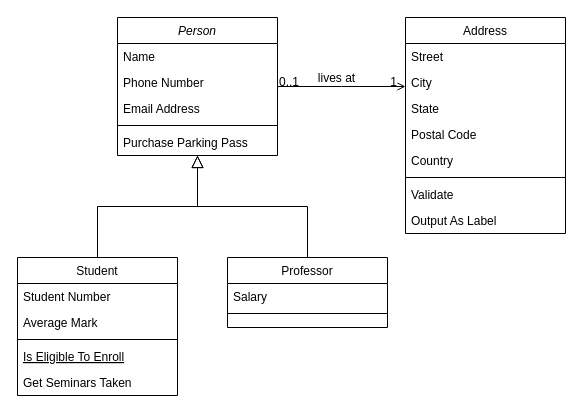
This is LIfecycle.drawio from Eanam/PointlessDiagram, a draw.io file, before an edit. Source tidied: cells renumbered, new cells numbered last; positions are measured from the earlier drawing's top-left corner, leaving out a move shared by most shapes. Both pictures are drawn from the tidied source at 100%, with x=0, y=0 at pixel (17, 17).
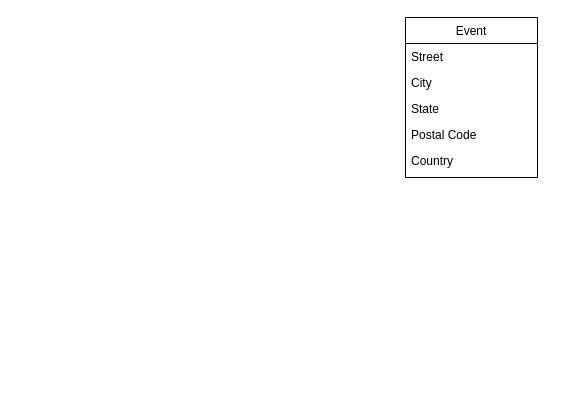
The same diagram, later.

Diff of the diagram source:
```diff
@@
-    <mxCell id="2" value="Person" style="swimlane;fontStyle=2;align=center;verticalAlign=top;horizontal=1;startSize=26;rounded=0;shadow=0;strokeWidth=1;" parent="1" vertex="1">
-      <mxGeometry x="100" width="160" height="138" as="geometry" />
-    </mxCell>
-    <mxCell id="3" value="Name" style="text;align=left;verticalAlign=top;spacingLeft=4;spacingRight=4;overflow=hidden;" parent="2" vertex="1">
-      <mxGeometry y="26" width="160" height="26" as="geometry" />
-    </mxCell>
-    <mxCell id="4" value="Phone Number" style="text;align=left;verticalAlign=top;spacingLeft=4;spacingRight=4;overflow=hidden;rounded=0;shadow=0;html=0;" parent="2" vertex="1">
-      <mxGeometry y="52" width="160" height="26" as="geometry" />
-    </mxCell>
-    <mxCell id="5" value="Email Address" style="text;align=left;verticalAlign=top;spacingLeft=4;spacingRight=4;overflow=hidden;rounded=0;shadow=0;html=0;" parent="2" vertex="1">
-      <mxGeometry y="78" width="160" height="26" as="geometry" />
-    </mxCell>
-    <mxCell id="6" style="line;html=1;strokeWidth=1;align=left;verticalAlign=middle;spacingTop=-1;spacingLeft=3;spacingRight=3;labelPosition=right;" parent="2" vertex="1">
-      <mxGeometry y="104" width="160" height="8" as="geometry" />
-    </mxCell>
-    <mxCell id="7" value="Purchase Parking Pass" style="text;align=left;verticalAlign=top;spacingLeft=4;spacingRight=4;overflow=hidden;" parent="2" vertex="1">
-      <mxGeometry y="112" width="160" height="26" as="geometry" />
-    </mxCell>
-    <mxCell id="8" value="Student" style="swimlane;fontStyle=0;align=center;verticalAlign=top;horizontal=1;startSize=26;rounded=0;shadow=0;strokeWidth=1;" parent="1" vertex="1">
-      <mxGeometry y="240" width="160" height="138" as="geometry" />
-    </mxCell>
-    <mxCell id="9" value="Student Number" style="text;align=left;verticalAlign=top;spacingLeft=4;spacingRight=4;overflow=hidden;" parent="8" vertex="1">
-      <mxGeometry y="26" width="160" height="26" as="geometry" />
-    </mxCell>
-    <mxCell id="10" value="Average Mark" style="text;align=left;verticalAlign=top;spacingLeft=4;spacingRight=4;overflow=hidden;rounded=0;shadow=0;html=0;" parent="8" vertex="1">
-      <mxGeometry y="52" width="160" height="26" as="geometry" />
-    </mxCell>
-    <mxCell id="11" style="line;html=1;strokeWidth=1;align=left;verticalAlign=middle;spacingTop=-1;spacingLeft=3;spacingRight=3;labelPosition=right;" parent="8" vertex="1">
-      <mxGeometry y="78" width="160" height="8" as="geometry" />
-    </mxCell>
-    <mxCell id="12" value="Is Eligible To Enroll" style="text;align=left;verticalAlign=top;spacingLeft=4;spacingRight=4;overflow=hidden;fontStyle=4;" parent="8" vertex="1">
-      <mxGeometry y="86" width="160" height="26" as="geometry" />
-    </mxCell>
-    <mxCell id="13" value="Get Seminars Taken" style="text;align=left;verticalAlign=top;spacingLeft=4;spacingRight=4;overflow=hidden;" parent="8" vertex="1">
-      <mxGeometry y="112" width="160" height="26" as="geometry" />
-    </mxCell>
-    <mxCell id="14" style="endArrow=block;endSize=10;endFill=0;shadow=0;strokeWidth=1;rounded=0;edgeStyle=elbowEdgeStyle;elbow=vertical;" parent="1" edge="1" source="8" target="2">
-      <mxGeometry relative="1" as="geometry" />
-    </mxCell>
-    <mxCell id="15" value="Professor" style="swimlane;fontStyle=0;align=center;verticalAlign=top;horizontal=1;startSize=26;rounded=0;shadow=0;strokeWidth=1;" parent="1" vertex="1">
-      <mxGeometry x="210" y="240" width="160" height="70" as="geometry" />
-    </mxCell>
-    <mxCell id="16" value="Salary" style="text;align=left;verticalAlign=top;spacingLeft=4;spacingRight=4;overflow=hidden;" parent="15" vertex="1">
-      <mxGeometry y="26" width="160" height="26" as="geometry" />
-    </mxCell>
-    <mxCell id="17" style="line;html=1;strokeWidth=1;align=left;verticalAlign=middle;spacingTop=-1;spacingLeft=3;spacingRight=3;labelPosition=right;" parent="15" vertex="1">
-      <mxGeometry y="52" width="160" height="8" as="geometry" />
-    </mxCell>
-    <mxCell id="18" style="endArrow=block;endSize=10;endFill=0;shadow=0;strokeWidth=1;rounded=0;edgeStyle=elbowEdgeStyle;elbow=vertical;" parent="1" edge="1" source="15" target="2">
-      <mxGeometry relative="1" as="geometry" />
-    </mxCell>
-    <mxCell id="19" value="Address" style="swimlane;fontStyle=0;align=center;verticalAlign=top;horizontal=1;startSize=26;rounded=0;shadow=0;strokeWidth=1;" parent="1" vertex="1">
-      <mxGeometry x="388" width="160" height="216" as="geometry" />
+    <mxCell id="19" value="Event" style="swimlane;fontStyle=0;align=center;verticalAlign=top;horizontal=1;startSize=26;rounded=0;shadow=0;strokeWidth=1;" parent="1" vertex="1">
+      <mxGeometry x="388" width="132" height="160" as="geometry" />
     </mxCell>
     <mxCell id="20" value="Street" style="text;align=left;verticalAlign=top;spacingLeft=4;spacingRight=4;overflow=hidden;" parent="19" vertex="1">
-      <mxGeometry y="26" width="160" height="26" as="geometry" />
+      <mxGeometry y="26" width="132" height="26" as="geometry" />
     </mxCell>
     <mxCell id="21" value="City" style="text;align=left;verticalAlign=top;spacingLeft=4;spacingRight=4;overflow=hidden;rounded=0;shadow=0;html=0;" parent="19" vertex="1">
-      <mxGeometry y="52" width="160" height="26" as="geometry" />
+      <mxGeometry y="52" width="132" height="26" as="geometry" />
     </mxCell>
     <mxCell id="22" value="State" style="text;align=left;verticalAlign=top;spacingLeft=4;spacingRight=4;overflow=hidden;rounded=0;shadow=0;html=0;" parent="19" vertex="1">
-      <mxGeometry y="78" width="160" height="26" as="geometry" />
+      <mxGeometry y="78" width="132" height="26" as="geometry" />
     </mxCell>
     <mxCell id="23" value="Postal Code" style="text;align=left;verticalAlign=top;spacingLeft=4;spacingRight=4;overflow=hidden;rounded=0;shadow=0;html=0;" parent="19" vertex="1">
-      <mxGeometry y="104" width="160" height="26" as="geometry" />
+      <mxGeometry y="104" width="132" height="26" as="geometry" />
     </mxCell>
     <mxCell id="24" value="Country" style="text;align=left;verticalAlign=top;spacingLeft=4;spacingRight=4;overflow=hidden;rounded=0;shadow=0;html=0;" parent="19" vertex="1">
-      <mxGeometry y="130" width="160" height="26" as="geometry" />
+      <mxGeometry y="130" width="132" height="26" as="geometry" />
     </mxCell>
-    <mxCell id="25" style="line;html=1;strokeWidth=1;align=left;verticalAlign=middle;spacingTop=-1;spacingLeft=3;spacingRight=3;labelPosition=right;" parent="19" vertex="1">
-      <mxGeometry y="156" width="160" height="8" as="geometry" />
-    </mxCell>
-    <mxCell id="26" value="Validate" style="text;align=left;verticalAlign=top;spacingLeft=4;spacingRight=4;overflow=hidden;" parent="19" vertex="1">
-      <mxGeometry y="164" width="160" height="26" as="geometry" />
-    </mxCell>
-    <mxCell id="27" value="Output As Label" style="text;align=left;verticalAlign=top;spacingLeft=4;spacingRight=4;overflow=hidden;" parent="19" vertex="1">
-      <mxGeometry y="190" width="160" height="26" as="geometry" />
-    </mxCell>
-    <mxCell id="28" style="endArrow=open;shadow=0;strokeWidth=1;rounded=0;endFill=1;edgeStyle=elbowEdgeStyle;elbow=vertical;" parent="1" edge="1" source="2" target="19">
-      <mxGeometry x="0.5" y="41" relative="1" as="geometry">
-        <mxPoint x="-40" y="32" as="offset" />
-      </mxGeometry>
-    </mxCell>
-    <mxCell id="29" value="0..1" style="align=left;verticalAlign=bottom;labelBackgroundColor=none;fontSize=12;" parent="28" vertex="1">
-      <mxGeometry x="-1" relative="1" as="geometry">
-        <mxPoint y="4" as="offset" />
-      </mxGeometry>
-    </mxCell>
-    <mxCell id="30" value="1" style="align=right;verticalAlign=bottom;labelBackgroundColor=none;fontSize=12;" parent="28" vertex="1">
-      <mxGeometry x="1" relative="1" as="geometry">
-        <mxPoint x="-7" y="4" as="offset" />
-      </mxGeometry>
-    </mxCell>
-    <mxCell id="31" value="lives at" style="text;html=1;align=center;verticalAlign=middle;labelBackgroundColor=none;rounded=0;shadow=0;strokeWidth=1;fontSize=12;" parent="28" vertex="1">
-      <mxGeometry x="0.5" y="49" relative="1" as="geometry">
-        <mxPoint x="-38" y="40" as="offset" />
-      </mxGeometry>
-    </mxCell>
```
